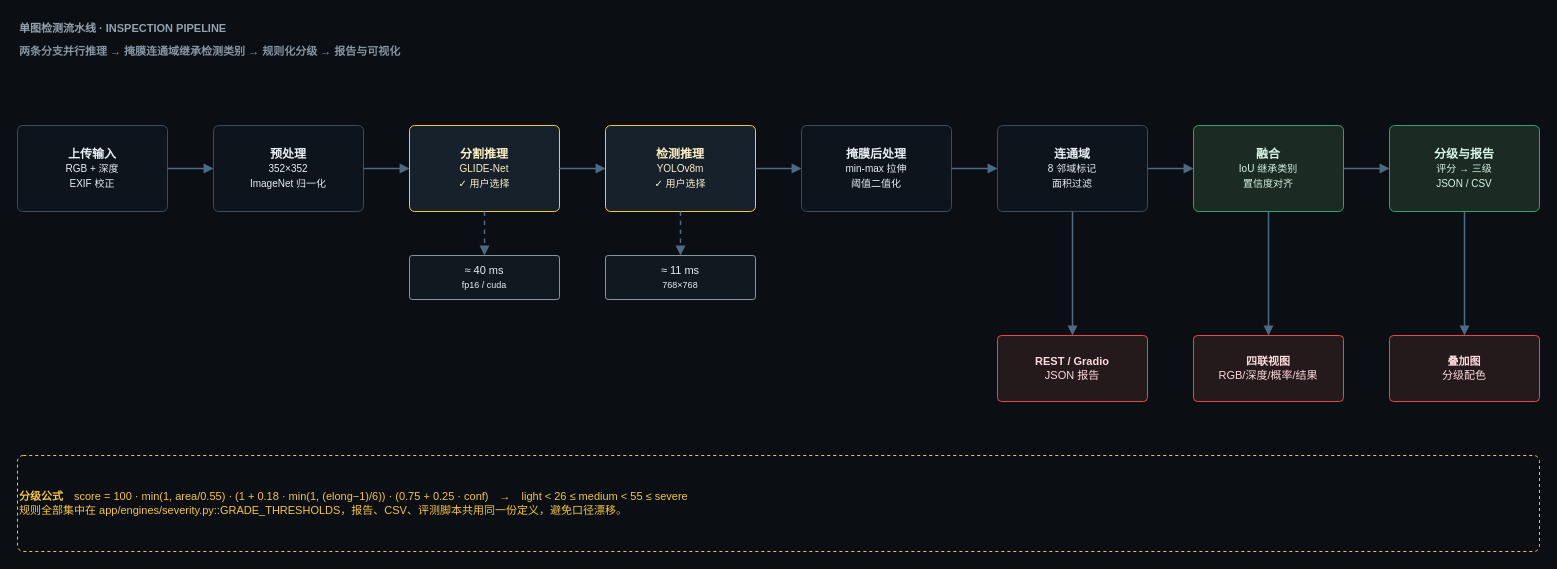
relight-developer/GLIDE-Net keeps this draw.io diagram as docs/assets/inspection-pipeline.drawio. Above is the earlier version. Source tidied: cells renumbered, new cells numbered last; positions are measured from the earlier drawing's top-left corner, leaving out a move shared by most shapes. Both pictures are drawn from the tidied source at 100%, with x=0, y=0 at pixel (17, 17).
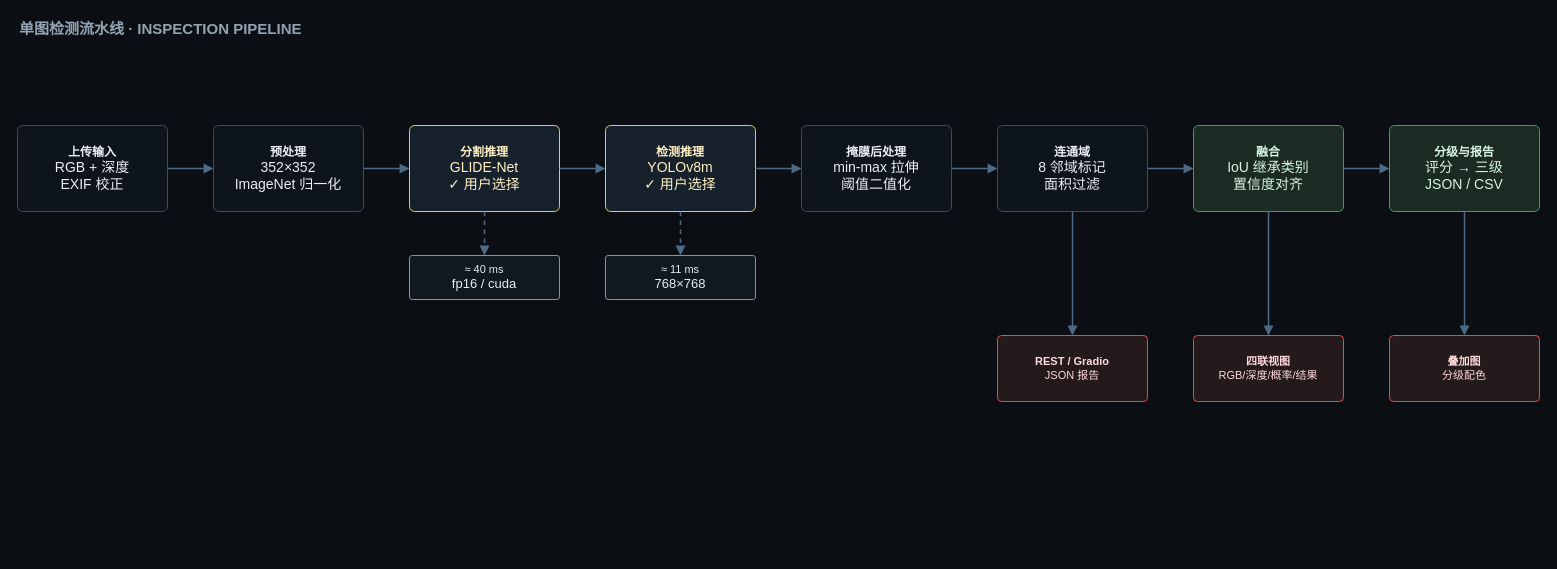
The same diagram, later.

Diff of the diagram source:
```diff
@@
-    <mxCell id="2" value="单图检测流水线 · INSPECTION PIPELINE" style="text;html=1;align=left;verticalAlign=middle;fontColor=#93A2B1;fontSize=11;fontFamily=Helvetica;fontStyle=1;letterSpacing=1;" parent="1" vertex="1">
+    <mxCell id="2" value="单图检测流水线 · INSPECTION PIPELINE" style="text;html=1;align=left;verticalAlign=middle;fontColor=#93A2B1;fontSize=15;fontFamily=Helvetica;fontStyle=1;letterSpacing=1;" parent="1" vertex="1">
       <mxGeometry width="900" height="22" as="geometry" />
     </mxCell>
-    <mxCell id="3" value="两条分支并行推理 → 掩膜连通域继承检测类别 → 规则化分级 → 报告与可视化" style="text;html=1;align=left;verticalAlign=middle;fontColor=#8695A4;fontSize=11;fontFamily=Helvetica;fontStyle=1;letterSpacing=1;" parent="1" vertex="1">
-      <mxGeometry y="24" width="1100" height="20" as="geometry" />
-    </mxCell>
-    <mxCell id="4" value="&lt;b&gt;上传输入&lt;/b&gt;&lt;br/&gt;&lt;span style='font-size:10px'&gt;RGB + 深度&#10;EXIF 校正&lt;/span&gt;" style="rounded=1;whiteSpace=wrap;html=1;fillColor=#0E141B;strokeColor=#3A4C5E;fontColor=#E8EEF4;fontFamily=Helvetica;fontSize=12;verticalAlign=middle;arcSize=6;fontSize=12;" parent="1" vertex="1">
+    <mxCell id="4" value="&lt;b&gt;上传输入&lt;/b&gt;&lt;br/&gt;&lt;span style='font-size:14px'&gt;RGB + 深度&#10;EXIF 校正&lt;/span&gt;" style="rounded=1;whiteSpace=wrap;html=1;fillColor=#0E141B;strokeColor=#3A4C5E;fontColor=#E8EEF4;fontFamily=Helvetica;fontSize=17;verticalAlign=middle;arcSize=6;fontSize=12;" parent="1" vertex="1">
       <mxGeometry y="108" width="150" height="86" as="geometry" />
     </mxCell>
@@
-    <mxCell id="6" value="&lt;b&gt;预处理&lt;/b&gt;&lt;br/&gt;&lt;span style='font-size:10px'&gt;352×352&#10;ImageNet 归一化&lt;/span&gt;" style="rounded=1;whiteSpace=wrap;html=1;fillColor=#0E141B;strokeColor=#3A4C5E;fontColor=#E8EEF4;fontFamily=Helvetica;fontSize=12;verticalAlign=middle;arcSize=6;fontSize=12;" parent="1" vertex="1">
+    <mxCell id="6" value="&lt;b&gt;预处理&lt;/b&gt;&lt;br/&gt;&lt;span style='font-size:14px'&gt;352×352&#10;ImageNet 归一化&lt;/span&gt;" style="rounded=1;whiteSpace=wrap;html=1;fillColor=#0E141B;strokeColor=#3A4C5E;fontColor=#E8EEF4;fontFamily=Helvetica;fontSize=17;verticalAlign=middle;arcSize=6;fontSize=12;" parent="1" vertex="1">
       <mxGeometry x="196" y="108" width="150" height="86" as="geometry" />
     </mxCell>
@@
-    <mxCell id="8" value="&lt;b&gt;分割推理&lt;/b&gt;&lt;br/&gt;&lt;span style='font-size:10px'&gt;GLIDE-Net&#10;✓ 用户选择&lt;/span&gt;" style="rounded=1;whiteSpace=wrap;html=1;fillColor=#16212C;strokeColor=#F5C542;fontColor=#FFEFC2;fontFamily=Helvetica;fontSize=12;verticalAlign=middle;arcSize=6;fontSize=12;" parent="1" vertex="1">
+    <mxCell id="8" value="&lt;b&gt;分割推理&lt;/b&gt;&lt;br/&gt;&lt;span style='font-size:14px'&gt;GLIDE-Net&#10;✓ 用户选择&lt;/span&gt;" style="rounded=1;whiteSpace=wrap;html=1;fillColor=#16212C;strokeColor=#F5C542;fontColor=#FFEFC2;fontFamily=Helvetica;fontSize=17;verticalAlign=middle;arcSize=6;fontSize=12;" parent="1" vertex="1">
       <mxGeometry x="392" y="108" width="150" height="86" as="geometry" />
     </mxCell>
@@
-    <mxCell id="10" value="&lt;b&gt;检测推理&lt;/b&gt;&lt;br/&gt;&lt;span style='font-size:10px'&gt;YOLOv8m&#10;✓ 用户选择&lt;/span&gt;" style="rounded=1;whiteSpace=wrap;html=1;fillColor=#16212C;strokeColor=#F5C542;fontColor=#FFEFC2;fontFamily=Helvetica;fontSize=12;verticalAlign=middle;arcSize=6;fontSize=12;" parent="1" vertex="1">
+    <mxCell id="10" value="&lt;b&gt;检测推理&lt;/b&gt;&lt;br/&gt;&lt;span style='font-size:14px'&gt;YOLOv8m&#10;✓ 用户选择&lt;/span&gt;" style="rounded=1;whiteSpace=wrap;html=1;fillColor=#16212C;strokeColor=#F5C542;fontColor=#FFEFC2;fontFamily=Helvetica;fontSize=17;verticalAlign=middle;arcSize=6;fontSize=12;" parent="1" vertex="1">
       <mxGeometry x="588" y="108" width="150" height="86" as="geometry" />
     </mxCell>
@@
-    <mxCell id="12" value="&lt;b&gt;掩膜后处理&lt;/b&gt;&lt;br/&gt;&lt;span style='font-size:10px'&gt;min-max 拉伸&#10;阈值二值化&lt;/span&gt;" style="rounded=1;whiteSpace=wrap;html=1;fillColor=#0E141B;strokeColor=#3A4C5E;fontColor=#E8EEF4;fontFamily=Helvetica;fontSize=12;verticalAlign=middle;arcSize=6;fontSize=12;" parent="1" vertex="1">
+    <mxCell id="12" value="&lt;b&gt;掩膜后处理&lt;/b&gt;&lt;br/&gt;&lt;span style='font-size:14px'&gt;min-max 拉伸&#10;阈值二值化&lt;/span&gt;" style="rounded=1;whiteSpace=wrap;html=1;fillColor=#0E141B;strokeColor=#3A4C5E;fontColor=#E8EEF4;fontFamily=Helvetica;fontSize=17;verticalAlign=middle;arcSize=6;fontSize=12;" parent="1" vertex="1">
       <mxGeometry x="784" y="108" width="150" height="86" as="geometry" />
     </mxCell>
@@
-    <mxCell id="14" value="&lt;b&gt;连通域&lt;/b&gt;&lt;br/&gt;&lt;span style='font-size:10px'&gt;8 邻域标记&#10;面积过滤&lt;/span&gt;" style="rounded=1;whiteSpace=wrap;html=1;fillColor=#0E141B;strokeColor=#3A4C5E;fontColor=#E8EEF4;fontFamily=Helvetica;fontSize=12;verticalAlign=middle;arcSize=6;fontSize=12;" parent="1" vertex="1">
+    <mxCell id="14" value="&lt;b&gt;连通域&lt;/b&gt;&lt;br/&gt;&lt;span style='font-size:14px'&gt;8 邻域标记&#10;面积过滤&lt;/span&gt;" style="rounded=1;whiteSpace=wrap;html=1;fillColor=#0E141B;strokeColor=#3A4C5E;fontColor=#E8EEF4;fontFamily=Helvetica;fontSize=17;verticalAlign=middle;arcSize=6;fontSize=12;" parent="1" vertex="1">
       <mxGeometry x="980" y="108" width="150" height="86" as="geometry" />
     </mxCell>
@@
-    <mxCell id="16" value="&lt;b&gt;融合&lt;/b&gt;&lt;br/&gt;&lt;span style='font-size:10px'&gt;IoU 继承类别&#10;置信度对齐&lt;/span&gt;" style="rounded=1;whiteSpace=wrap;html=1;fillColor=#1B2A22;strokeColor=#30A46C;fontColor=#D6F5E3;fontFamily=Helvetica;fontSize=12;verticalAlign=middle;arcSize=6;fontSize=12;" parent="1" vertex="1">
+    <mxCell id="16" value="&lt;b&gt;融合&lt;/b&gt;&lt;br/&gt;&lt;span style='font-size:14px'&gt;IoU 继承类别&#10;置信度对齐&lt;/span&gt;" style="rounded=1;whiteSpace=wrap;html=1;fillColor=#1B2A22;strokeColor=#30A46C;fontColor=#D6F5E3;fontFamily=Helvetica;fontSize=17;verticalAlign=middle;arcSize=6;fontSize=12;" parent="1" vertex="1">
       <mxGeometry x="1176" y="108" width="150" height="86" as="geometry" />
     </mxCell>
@@
-    <mxCell id="18" value="&lt;b&gt;分级与报告&lt;/b&gt;&lt;br/&gt;&lt;span style='font-size:10px'&gt;评分 → 三级&#10;JSON / CSV&lt;/span&gt;" style="rounded=1;whiteSpace=wrap;html=1;fillColor=#1B2A22;strokeColor=#30A46C;fontColor=#D6F5E3;fontFamily=Helvetica;fontSize=12;verticalAlign=middle;arcSize=6;fontSize=12;" parent="1" vertex="1">
+    <mxCell id="18" value="&lt;b&gt;分级与报告&lt;/b&gt;&lt;br/&gt;&lt;span style='font-size:14px'&gt;评分 → 三级&#10;JSON / CSV&lt;/span&gt;" style="rounded=1;whiteSpace=wrap;html=1;fillColor=#1B2A22;strokeColor=#30A46C;fontColor=#D6F5E3;fontFamily=Helvetica;fontSize=17;verticalAlign=middle;arcSize=6;fontSize=12;" parent="1" vertex="1">
       <mxGeometry x="1372" y="108" width="150" height="86" as="geometry" />
     </mxCell>
-    <mxCell id="19" value="≈ 40 ms&lt;br/&gt;&lt;span style='font-size:9px'&gt;fp16 / cuda&lt;/span&gt;" style="rounded=1;whiteSpace=wrap;html=1;fillColor=#101820;strokeColor=#8695A4;fontColor=#E8EEF4;fontFamily=Helvetica;fontSize=12;verticalAlign=middle;arcSize=6;fontSize=11;" parent="1" vertex="1">
+    <mxCell id="19" value="≈ 40 ms&lt;br/&gt;&lt;span style='font-size:13px'&gt;fp16 / cuda&lt;/span&gt;" style="rounded=1;whiteSpace=wrap;html=1;fillColor=#101820;strokeColor=#8695A4;fontColor=#E8EEF4;fontFamily=Helvetica;fontSize=17;verticalAlign=middle;arcSize=6;fontSize=11;" parent="1" vertex="1">
       <mxGeometry x="392" y="238" width="150" height="44" as="geometry" />
     </mxCell>
-    <mxCell id="20" value="≈ 11 ms&lt;br/&gt;&lt;span style='font-size:9px'&gt;768×768&lt;/span&gt;" style="rounded=1;whiteSpace=wrap;html=1;fillColor=#101820;strokeColor=#8695A4;fontColor=#E8EEF4;fontFamily=Helvetica;fontSize=12;verticalAlign=middle;arcSize=6;fontSize=11;" parent="1" vertex="1">
+    <mxCell id="20" value="≈ 11 ms&lt;br/&gt;&lt;span style='font-size:13px'&gt;768×768&lt;/span&gt;" style="rounded=1;whiteSpace=wrap;html=1;fillColor=#101820;strokeColor=#8695A4;fontColor=#E8EEF4;fontFamily=Helvetica;fontSize=17;verticalAlign=middle;arcSize=6;fontSize=11;" parent="1" vertex="1">
       <mxGeometry x="588" y="238" width="150" height="44" as="geometry" />
     </mxCell>
@@
-    <mxCell id="23" value="&lt;b&gt;叠加图&lt;/b&gt;&lt;br/&gt;分级配色" style="rounded=1;whiteSpace=wrap;html=1;fillColor=#241A1B;strokeColor=#E5484D;fontColor=#FFD9DB;fontFamily=Helvetica;fontSize=12;verticalAlign=middle;arcSize=6;fontSize=11;" parent="1" vertex="1">
+    <mxCell id="23" value="&lt;b&gt;叠加图&lt;/b&gt;&lt;br/&gt;分级配色" style="rounded=1;whiteSpace=wrap;html=1;fillColor=#241A1B;strokeColor=#E5484D;fontColor=#FFD9DB;fontFamily=Helvetica;fontSize=17;verticalAlign=middle;arcSize=6;fontSize=11;" parent="1" vertex="1">
       <mxGeometry x="1372" y="318" width="150" height="66" as="geometry" />
     </mxCell>
-    <mxCell id="24" value="&lt;b&gt;四联视图&lt;/b&gt;&lt;br/&gt;RGB/深度/概率/结果" style="rounded=1;whiteSpace=wrap;html=1;fillColor=#241A1B;strokeColor=#E5484D;fontColor=#FFD9DB;fontFamily=Helvetica;fontSize=12;verticalAlign=middle;arcSize=6;fontSize=11;" parent="1" vertex="1">
+    <mxCell id="24" value="&lt;b&gt;四联视图&lt;/b&gt;&lt;br/&gt;RGB/深度/概率/结果" style="rounded=1;whiteSpace=wrap;html=1;fillColor=#241A1B;strokeColor=#E5484D;fontColor=#FFD9DB;fontFamily=Helvetica;fontSize=17;verticalAlign=middle;arcSize=6;fontSize=11;" parent="1" vertex="1">
       <mxGeometry x="1176" y="318" width="150" height="66" as="geometry" />
     </mxCell>
-    <mxCell id="25" value="&lt;b&gt;REST / Gradio&lt;/b&gt;&lt;br/&gt;JSON 报告" style="rounded=1;whiteSpace=wrap;html=1;fillColor=#241A1B;strokeColor=#E5484D;fontColor=#FFD9DB;fontFamily=Helvetica;fontSize=12;verticalAlign=middle;arcSize=6;fontSize=11;" parent="1" vertex="1">
+    <mxCell id="25" value="&lt;b&gt;REST / Gradio&lt;/b&gt;&lt;br/&gt;JSON 报告" style="rounded=1;whiteSpace=wrap;html=1;fillColor=#241A1B;strokeColor=#E5484D;fontColor=#FFD9DB;fontFamily=Helvetica;fontSize=17;verticalAlign=middle;arcSize=6;fontSize=11;" parent="1" vertex="1">
       <mxGeometry x="980" y="318" width="150" height="66" as="geometry" />
     </mxCell>
@@
-    <mxCell id="29" value="&lt;b&gt;分级公式&lt;/b&gt;　score = 100 · min(1, area/0.55) · (1 + 0.18 · min(1, (elong−1)/6)) · (0.75 + 0.25 · conf)　→　light &lt; 26 ≤ medium &lt; 55 ≤ severe&lt;br/&gt;&lt;span style='font-size:11px'&gt;规则全部集中在 app/engines/severity.py::GRADE_THRESHOLDS，报告、CSV、评测脚本共用同一份定义，避免口径漂移。&lt;/span&gt;" style="rounded=1;whiteSpace=wrap;html=1;fillColor=#0B0F14;strokeColor=#F5C542;fontColor=#F5C542;dashed=1;fontFamily=Helvetica;fontSize=12;verticalAlign=middle;arcSize=6;fontSize=11;align=left;" parent="1" vertex="1">
-      <mxGeometry y="438" width="1522" height="96" as="geometry" />
-    </mxCell>
```
